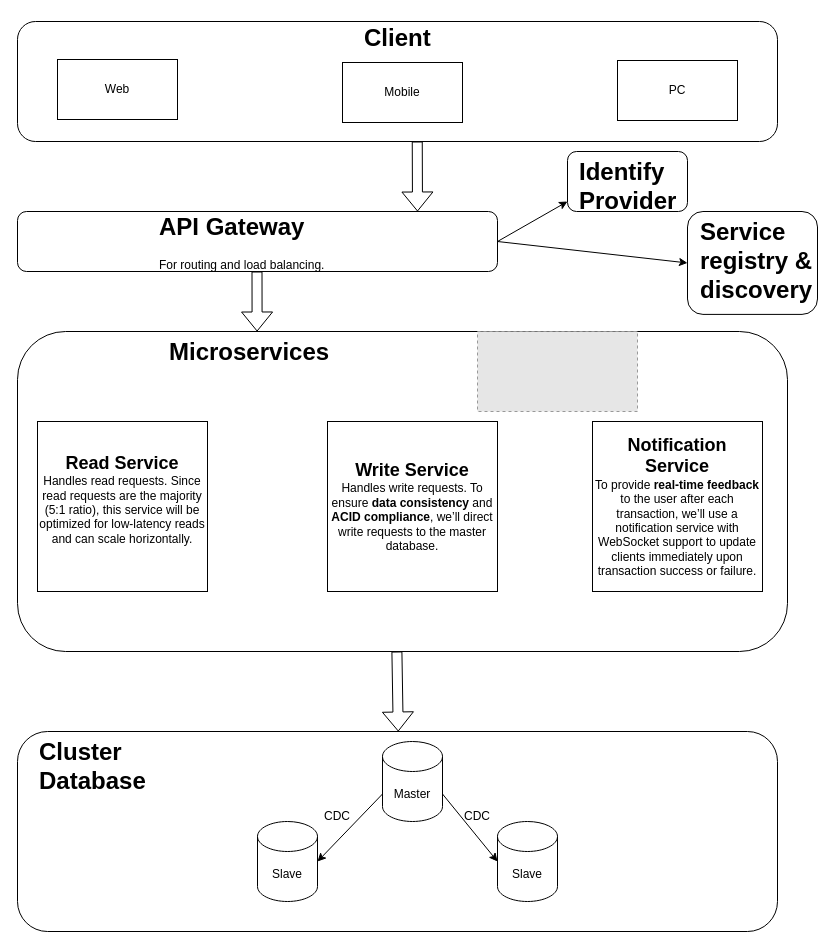
Before: Untitled Diagram.drawio in lancn95/Serverless-lambda, a draw.io diagram. Source tidied: cells renumbered, new cells numbered last; positions are measured from the earlier drawing's top-left corner, leaving out a move shared by most shapes. Both pictures are drawn from the tidied source at 100%, with x=0, y=0 at pixel (17, 17). Pictures stored in the file or linked from it are replaced by grey dashed boxes.
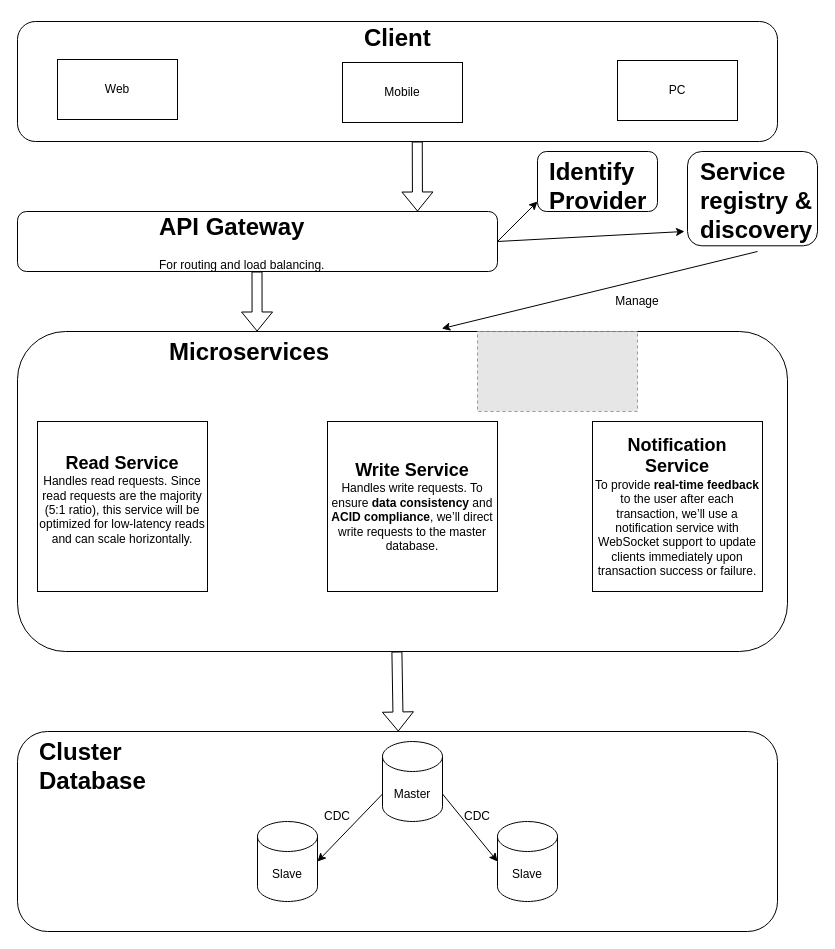
After the change.

The change refers to these unchanged cells:
```xml
<mxCell id="8" style="rounded=1;whiteSpace=wrap;html=1;" parent="1" vertex="1">
  <mxGeometry y="194" width="480" height="60" as="geometry" />
</mxCell>
<mxCell id="12" style="rounded=1;whiteSpace=wrap;html=1;" parent="1" vertex="1">
  <mxGeometry y="314" width="770" height="320" as="geometry" />
</mxCell>
```

Change to the diagram source:
```diff
@@
     <mxCell id="9" style="endArrow=classic;html=1;rounded=0;exitX=1;exitY=0.5;exitDx=0;exitDy=0;" parent="1" edge="1" source="8">
       <mxGeometry relative="1" as="geometry">
-        <mxPoint x="550" y="184" as="targetPoint" />
+        <mxPoint x="520" y="184" as="targetPoint" />
       </mxGeometry>
     </mxCell>
@@
     <mxCell id="28" style="group;" parent="1" vertex="1">
-      <mxGeometry x="550" y="134" width="120" height="70" as="geometry" />
+      <mxGeometry x="520" y="134" width="120" height="70" as="geometry" />
     </mxCell>
@@
     <mxCell id="31" style="group;" parent="1" vertex="1">
-      <mxGeometry x="670" y="194" width="130" height="120" as="geometry" />
+      <mxGeometry x="670" y="154" width="130" height="90" as="geometry" />
     </mxCell>
+    <mxCell id="35" style="group;" parent="31" vertex="1">
+      <mxGeometry y="-20" width="130" height="110" as="geometry" />
+    </mxCell>
-    <mxCell id="32" style="rounded=1;whiteSpace=wrap;html=1;" parent="31" vertex="1">
-      <mxGeometry width="130" height="102.9" as="geometry" />
+    <mxCell id="32" style="rounded=1;whiteSpace=wrap;html=1;" parent="35" vertex="1">
+      <mxGeometry width="130" height="94.3" as="geometry" />
     </mxCell>
-    <mxCell id="33" value="&lt;h1 style=&quot;margin-top: 0px;&quot;&gt;Service registry &amp;amp; discovery&lt;/h1&gt;" style="text;html=1;whiteSpace=wrap;overflow=hidden;rounded=0;" parent="31" vertex="1">
-      <mxGeometry x="10.8" width="119.2" height="120" as="geometry" />
+    <mxCell id="33" value="&lt;h1 style=&quot;margin-top: 0px;&quot;&gt;Service registry &amp;amp; discovery&lt;/h1&gt;" style="text;html=1;whiteSpace=wrap;overflow=hidden;rounded=0;" parent="35" vertex="1">
+      <mxGeometry x="10.8" width="119.2" height="110" as="geometry" />
     </mxCell>
-    <mxCell id="34" style="endArrow=classic;html=1;rounded=0;entryX=0;entryY=0.5;entryDx=0;entryDy=0;" parent="1" edge="1" target="32">
+    <mxCell id="34" style="endArrow=classic;html=1;rounded=0;entryX=-0.023;entryY=0.848;entryDx=0;entryDy=0;entryPerimeter=0;" parent="1" edge="1" target="32">
       <mxGeometry relative="1" as="geometry">
         <mxPoint x="480" y="224" as="sourcePoint" />
       </mxGeometry>
     </mxCell>
+    <mxCell id="36" style="endArrow=classic;html=1;rounded=0;exitX=0.497;exitY=0.909;exitDx=0;exitDy=0;exitPerimeter=0;entryX=0.551;entryY=-0.009;entryDx=0;entryDy=0;entryPerimeter=0;" parent="1" edge="1" source="33" target="12">
+      <mxGeometry relative="1" as="geometry" />
+    </mxCell>
+    <mxCell id="37" value="Manage" style="text;html=1;align=center;verticalAlign=middle;whiteSpace=wrap;rounded=0;" parent="1" vertex="1">
+      <mxGeometry x="590" y="269" width="60" height="30" as="geometry" />
+    </mxCell>
```
